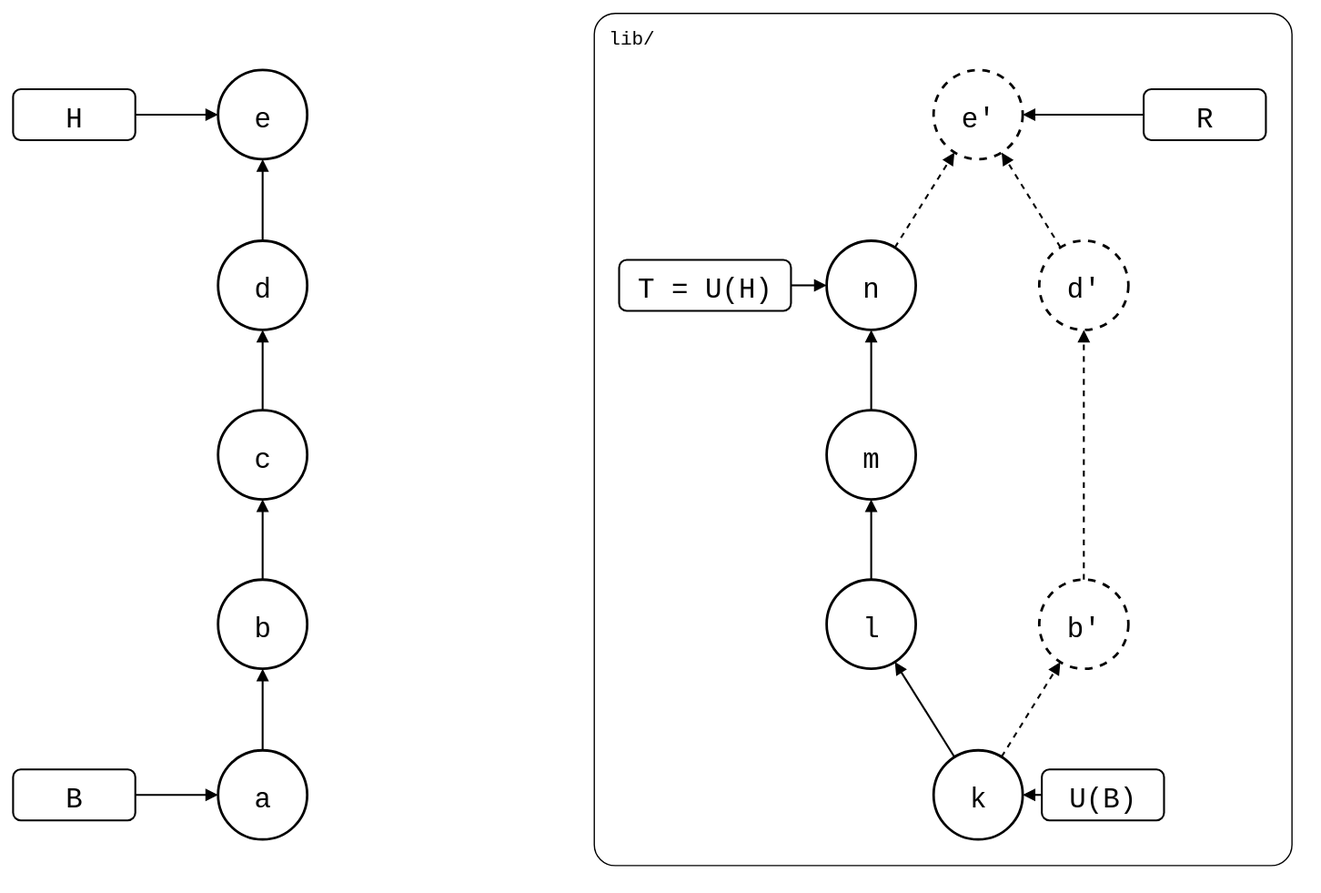
Before: test/scenarios/01-everyday-sync/01-sync-model/01-after-pull/after-pull.drawio.svg, a diagram exported from draw.io (roschaefer/git-splice). Source tidied: cells renumbered, new cells last; positions are measured from the earlier drawing's top-left corner, leaving out a move shared by most shapes.
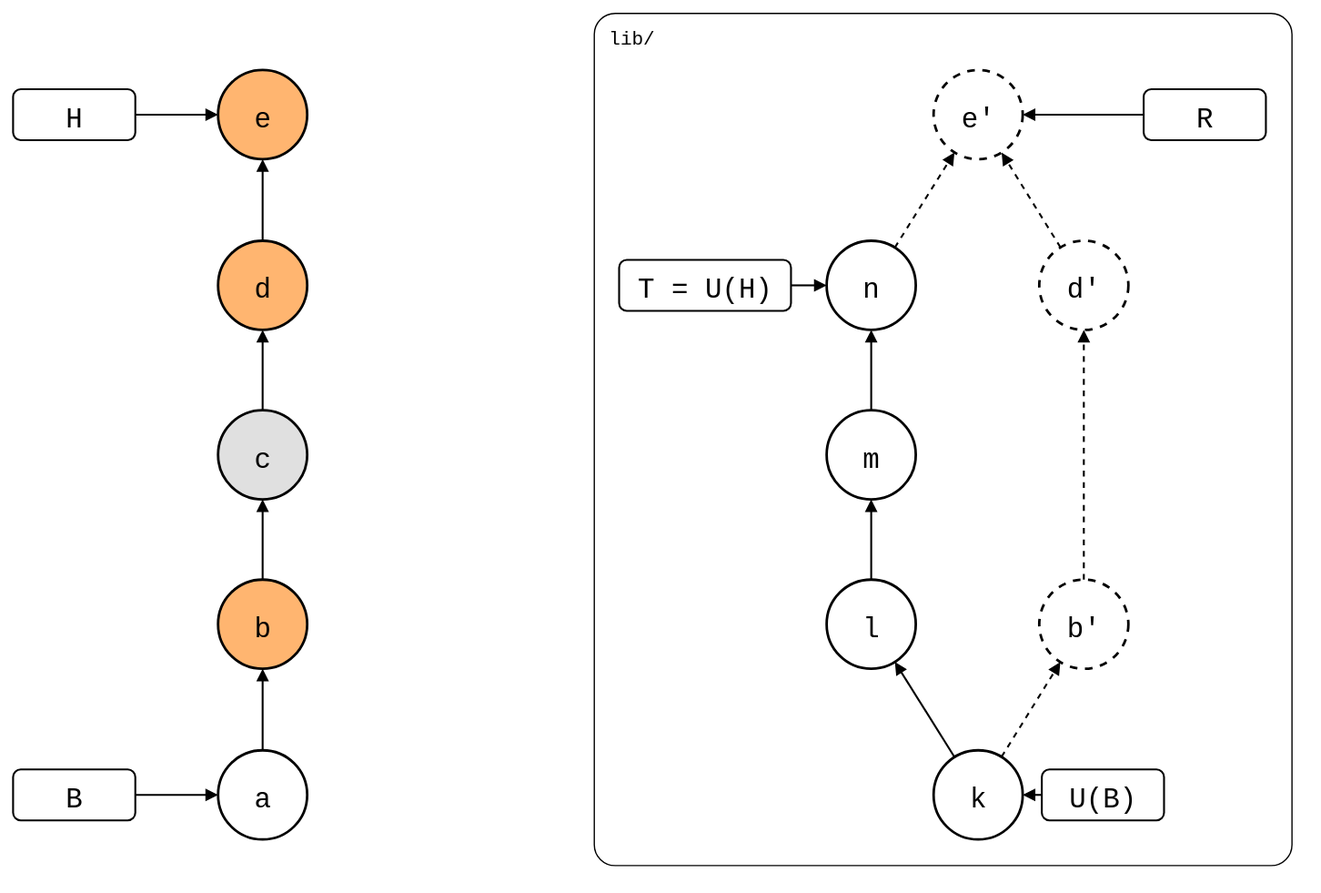
Later version of the same file.

Change to the diagram source:
```diff
@@ -8,16 +8,16 @@
     <mxCell id="3" value="a" style="ellipse;strokeWidth=2;fontSize=22;fontFamily=Roboto Mono,monospace;" parent="1" vertex="1">
       <mxGeometry x="161" y="579" width="70" height="70" as="geometry" />
     </mxCell>
-    <mxCell id="4" value="b" style="ellipse;strokeWidth=2;fontSize=22;fontFamily=Roboto Mono,monospace;" parent="1" vertex="1">
+    <mxCell id="4" value="b" style="ellipse;strokeWidth=2;fontSize=22;fontFamily=Roboto Mono,monospace;fillColor=#FFB570;" parent="1" vertex="1">
       <mxGeometry x="161" y="445" width="70" height="70" as="geometry" />
     </mxCell>
-    <mxCell id="5" value="c" style="ellipse;strokeWidth=2;fontSize=22;fontFamily=Roboto Mono,monospace;" parent="1" vertex="1">
+    <mxCell id="5" value="c" style="ellipse;strokeWidth=2;fontSize=22;fontFamily=Roboto Mono,monospace;fillColor=#E0E0E0;" parent="1" vertex="1">
       <mxGeometry x="161" y="312" width="70" height="70" as="geometry" />
     </mxCell>
-    <mxCell id="6" value="d" style="ellipse;strokeWidth=2;fontSize=22;fontFamily=Roboto Mono,monospace;" parent="1" vertex="1">
+    <mxCell id="6" value="d" style="ellipse;strokeWidth=2;fontSize=22;fontFamily=Roboto Mono,monospace;fillColor=#FFB570;" parent="1" vertex="1">
       <mxGeometry x="161" y="179" width="70" height="70" as="geometry" />
     </mxCell>
-    <mxCell id="7" value="e" style="ellipse;strokeWidth=2;fontSize=22;fontFamily=Roboto Mono,monospace;" parent="1" vertex="1">
+    <mxCell id="7" value="e" style="ellipse;strokeWidth=2;fontSize=22;fontFamily=Roboto Mono,monospace;fillColor=#FFB570;" parent="1" vertex="1">
       <mxGeometry x="161" y="45" width="70" height="70" as="geometry" />
     </mxCell>
     <mxCell id="8" value="k" style="ellipse;strokeWidth=2;fontSize=22;fontFamily=Roboto Mono,monospace;" parent="1" vertex="1">
```
